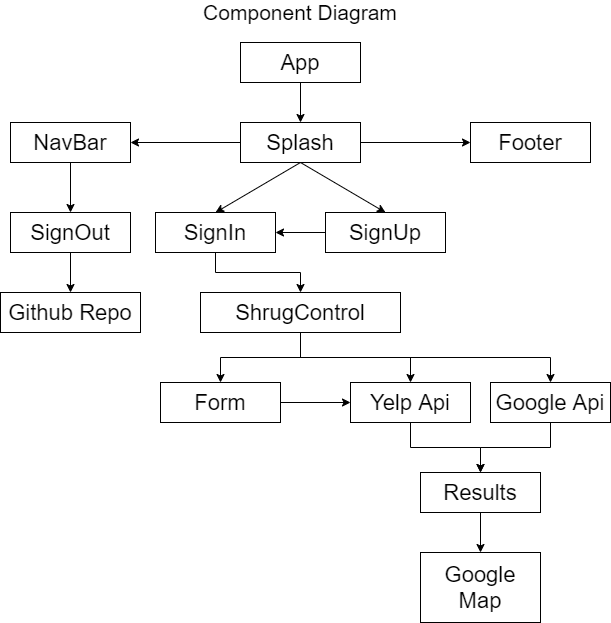
Earlier version of the draw.io export public/component-diagram.drawio.png (tytyhibye/Shrug). Source tidied: cells renumbered, new cells last; positions are measured from the earlier drawing's top-left corner, leaving out a move shared by most shapes.
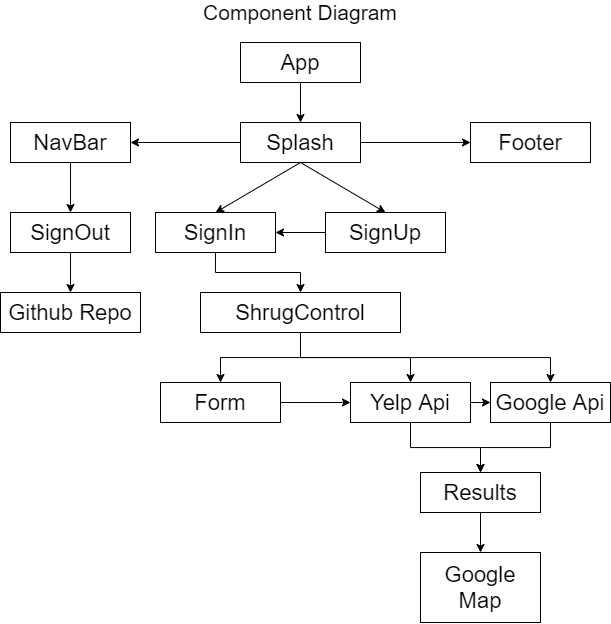
After the commit.

The edit, as a diff of the source:
```diff
@@ -105,5 +105,10 @@
     <mxCell id="34" style="edgeStyle=orthogonalEdgeStyle;rounded=0;jettySize=auto;html=1;exitX=0.5;exitY=1;exitDx=0;exitDy=0;entryX=0.5;entryY=0;entryDx=0;entryDy=0;" parent="1" edge="1" source="22" target="33">
       <mxGeometry relative="1" as="geometry" />
     </mxCell>
+    <mxCell id="35" style="edgeStyle=orthogonalEdgeStyle;rounded=0;jettySize=auto;html=1;exitX=1;exitY=0.5;exitDx=0;exitDy=0;" parent="1" edge="1" source="23">
+      <mxGeometry relative="1" as="geometry">
+        <mxPoint x="490" y="400" as="targetPoint" />
+      </mxGeometry>
+    </mxCell>
   </root>
 </mxGraphModel>
```
